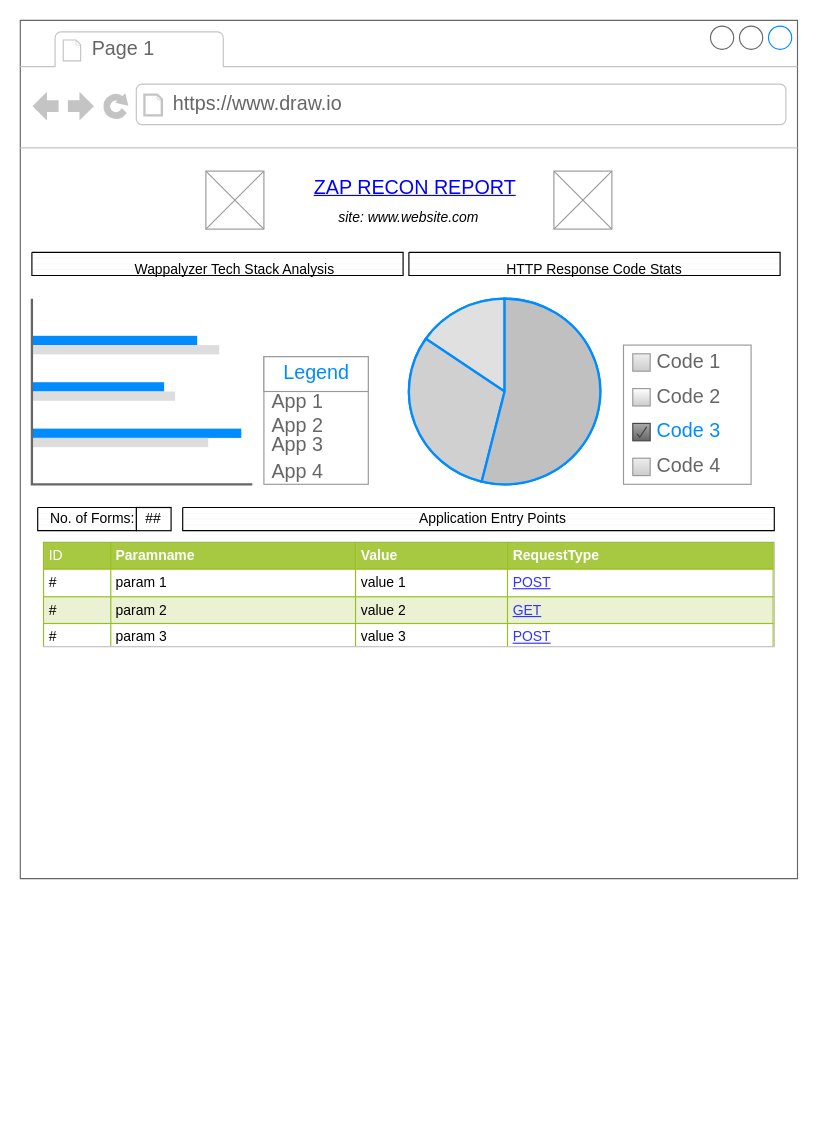
This is mockups/recon template.drawio from odhiamboobuya/zapreportwork, a draw.io file, before an edit. Source tidied: cells renumbered, new cells numbered last; positions are measured from the earlier drawing's top-left corner, leaving out a move shared by most shapes. Both pictures are drawn from the tidied source at 116%, with x=0, y=0 at pixel (20, 20).
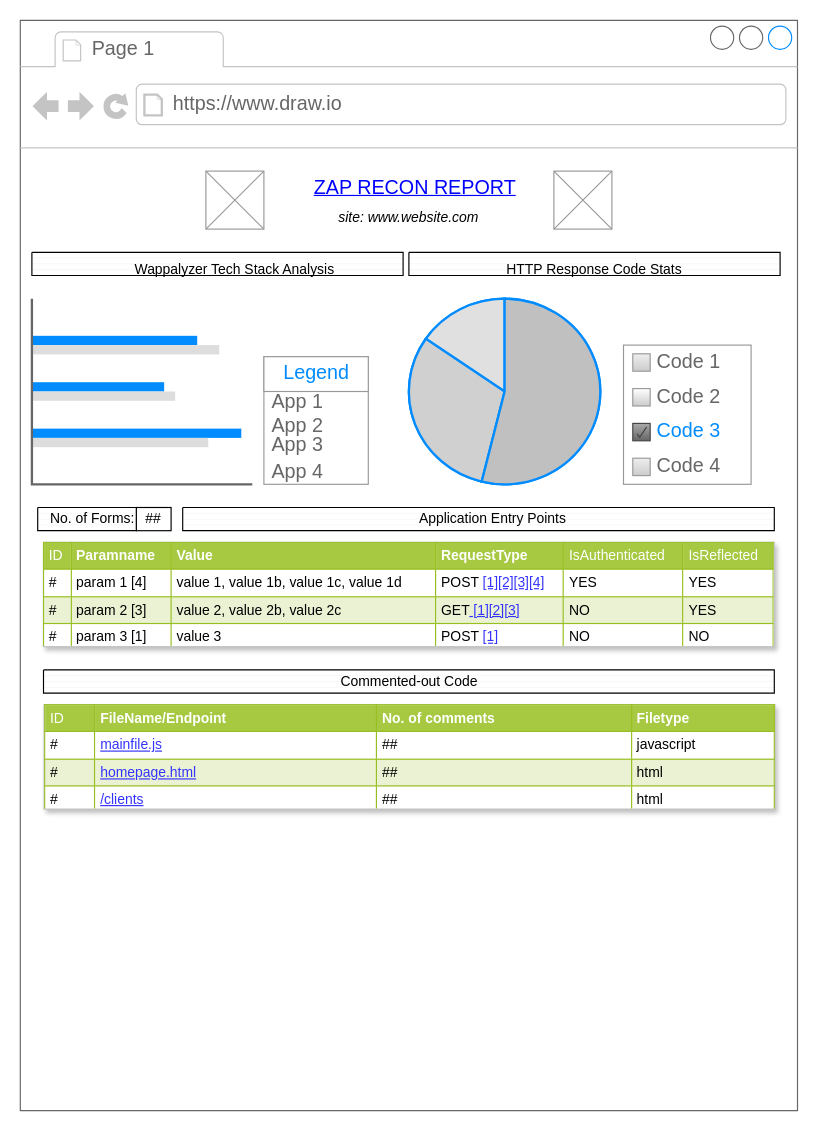
After the change.

Commit message:
added commented out code table

Change to the diagram source:
```diff
@@
     <mxCell id="2" style="strokeWidth=1;shadow=0;dashed=0;align=center;html=1;shape=mxgraph.mockup.containers.browserWindow;rSize=0;strokeColor=#666666;strokeColor2=#008cff;strokeColor3=#c4c4c4;mainText=,;" parent="1" vertex="1">
-      <mxGeometry width="670" height="740" as="geometry" />
+      <mxGeometry width="670" height="940" as="geometry" />
     </mxCell>
@@
-    <mxCell id="24" value="&lt;table style=&quot;width: 100% ; height: 100% ; border-collapse: collapse&quot; width=&quot;100%&quot; cellpadding=&quot;4&quot; border=&quot;1&quot;&gt;&lt;tbody&gt;&lt;tr style=&quot;background-color: #a7c942 ; color: #ffffff ; border: 1px solid #98bf21&quot;&gt;&lt;td&gt;ID&lt;/td&gt;&lt;th align=&quot;left&quot;&gt;Paramname&lt;/th&gt;&lt;th align=&quot;left&quot;&gt;Value&lt;/th&gt;&lt;th align=&quot;left&quot;&gt;RequestType&lt;/th&gt;&lt;/tr&gt;&lt;tr style=&quot;border: 1px solid #98bf21&quot;&gt;&lt;td&gt;#&lt;br&gt;&lt;/td&gt;&lt;td&gt;param 1&lt;br&gt;&lt;/td&gt;&lt;td&gt;value 1&lt;br&gt;&lt;/td&gt;&lt;td&gt;&lt;font color=&quot;#3333FF&quot;&gt;&lt;u&gt;POST&lt;/u&gt;&lt;/font&gt;&lt;/td&gt;&lt;/tr&gt;&lt;tr style=&quot;background-color: #eaf2d3 ; border: 1px solid #98bf21&quot;&gt;&lt;td&gt;#&lt;br&gt;&lt;/td&gt;&lt;td&gt;param 2&lt;br&gt;&lt;/td&gt;&lt;td&gt;value 2&lt;br&gt;&lt;/td&gt;&lt;td&gt;&lt;font color=&quot;#3333FF&quot;&gt;&lt;u&gt;GET&lt;/u&gt;&lt;/font&gt;&lt;/td&gt;&lt;/tr&gt;&lt;tr style=&quot;border: 1px solid #98bf21&quot;&gt;&lt;td&gt;#&lt;br&gt;&lt;/td&gt;&lt;td&gt;param 3&lt;br&gt;&lt;/td&gt;&lt;td&gt;value 3&lt;br&gt;&lt;/td&gt;&lt;td&gt;&lt;font color=&quot;#3333FF&quot;&gt;&lt;u&gt;POST&lt;/u&gt;&lt;/font&gt;&lt;/td&gt;&lt;/tr&gt;&lt;/tbody&gt;&lt;/table&gt;" style="text;html=1;strokeColor=#c0c0c0;overflow=fill;rounded=0;shadow=0;fillColor=#ffffff;" parent="2" vertex="1">
+    <mxCell id="24" value="&lt;table style=&quot;width: 100% ; height: 100% ; border-collapse: collapse&quot; width=&quot;100%&quot; cellpadding=&quot;4&quot; border=&quot;1&quot;&gt;&lt;tbody&gt;&lt;tr style=&quot;background-color: #a7c942 ; color: #ffffff ; border: 1px solid #98bf21&quot;&gt;&lt;td&gt;ID&lt;/td&gt;&lt;th align=&quot;left&quot;&gt;Paramname&lt;/th&gt;&lt;th align=&quot;left&quot;&gt;Value&lt;/th&gt;&lt;th align=&quot;left&quot;&gt;RequestType&lt;/th&gt;&lt;td&gt;IsAuthenticated&lt;br&gt;&lt;/td&gt;&lt;td&gt;IsReflected&lt;br&gt;&lt;/td&gt;&lt;/tr&gt;&lt;tr style=&quot;border: 1px solid #98bf21&quot;&gt;&lt;td&gt;#&lt;br&gt;&lt;/td&gt;&lt;td&gt;param 1 [4]&lt;br&gt;&lt;/td&gt;&lt;td&gt;value 1, value 1b, value 1c, value 1d&lt;br&gt;&lt;/td&gt;&lt;td&gt;&lt;font color=&quot;#3333FF&quot;&gt;&lt;font color=&quot;#000000&quot;&gt;POST &lt;/font&gt;&lt;u&gt;[1][2][3][4]&lt;br&gt;&lt;/u&gt;&lt;/font&gt;&lt;/td&gt;&lt;td&gt;YES&lt;br&gt;&lt;/td&gt;&lt;td&gt;YES&lt;br&gt;&lt;/td&gt;&lt;/tr&gt;&lt;tr style=&quot;background-color: #eaf2d3 ; border: 1px solid #98bf21&quot;&gt;&lt;td&gt;#&lt;br&gt;&lt;/td&gt;&lt;td&gt;param 2 [3]&lt;br&gt;&lt;/td&gt;&lt;td&gt;value 2, value 2b, value 2c&lt;br&gt;&lt;/td&gt;&lt;td&gt;&lt;font color=&quot;#3333FF&quot;&gt;&lt;font color=&quot;#000000&quot;&gt;GET&lt;/font&gt;&lt;u&gt; [1][2][3]&lt;br&gt;&lt;/u&gt;&lt;/font&gt;&lt;/td&gt;&lt;td&gt;NO&lt;br&gt;&lt;/td&gt;&lt;td&gt;YES&lt;br&gt;&lt;/td&gt;&lt;/tr&gt;&lt;tr style=&quot;border: 1px solid #98bf21&quot;&gt;&lt;td&gt;#&lt;br&gt;&lt;/td&gt;&lt;td&gt;param 3 [1]&lt;br&gt;&lt;/td&gt;&lt;td&gt;value 3&lt;br&gt;&lt;/td&gt;&lt;td&gt;&lt;font color=&quot;#3333FF&quot;&gt;&lt;font color=&quot;#000000&quot;&gt;POST &lt;/font&gt;&lt;u&gt;[1]&lt;br&gt;&lt;/u&gt;&lt;/font&gt;&lt;/td&gt;&lt;td&gt;NO&lt;br&gt;&lt;/td&gt;&lt;td&gt;NO&lt;br&gt;&lt;/td&gt;&lt;/tr&gt;&lt;/tbody&gt;&lt;/table&gt;" style="text;html=1;strokeColor=#c0c0c0;overflow=fill;rounded=0;shadow=1;fillColor=#ffffff;" parent="2" vertex="1">
       <mxGeometry x="20" y="450" width="630" height="90" as="geometry" />
     </mxCell>
@@
+    <mxCell id="32" style="verticalLabelPosition=bottom;verticalAlign=top;html=1;shape=mxgraph.basic.patternFillRect;fillStyle=hor;step=5;fillStrokeWidth=0.2;fillStrokeColor=#dddddd;" parent="1" vertex="1">
+      <mxGeometry x="20" y="560" width="630" height="20" as="geometry" />
+    </mxCell>
+    <mxCell id="33" value="Commented-out Code" style="text;html=1;strokeColor=none;fillColor=none;align=center;verticalAlign=middle;whiteSpace=wrap;rounded=0;" parent="1" vertex="1">
+      <mxGeometry x="268" y="560" width="135" height="20" as="geometry" />
+    </mxCell>
+    <mxCell id="34" value="&lt;table style=&quot;width: 100% ; height: 100% ; border-collapse: collapse&quot; width=&quot;100%&quot; cellpadding=&quot;4&quot; border=&quot;1&quot;&gt;&lt;tbody&gt;&lt;tr style=&quot;background-color: #a7c942 ; color: #ffffff ; border: 1px solid #98bf21&quot;&gt;&lt;td&gt;ID&lt;/td&gt;&lt;th align=&quot;left&quot;&gt;FileName/Endpoint&lt;/th&gt;&lt;th align=&quot;left&quot;&gt;No. of comments&lt;br&gt;&lt;/th&gt;&lt;th align=&quot;left&quot;&gt;Filetype&lt;/th&gt;&lt;/tr&gt;&lt;tr style=&quot;border: 1px solid #98bf21&quot;&gt;&lt;td&gt;#&lt;br&gt;&lt;/td&gt;&lt;td&gt;&lt;font color=&quot;#3333FF&quot;&gt;&lt;u&gt;mainfile.js&lt;/u&gt;&lt;/font&gt;&lt;br&gt;&lt;/td&gt;&lt;td&gt;##&lt;br&gt;&lt;/td&gt;&lt;td&gt;javascript&lt;/td&gt;&lt;/tr&gt;&lt;tr style=&quot;background-color: #eaf2d3 ; border: 1px solid #98bf21&quot;&gt;&lt;td&gt;#&lt;br&gt;&lt;/td&gt;&lt;td&gt;&lt;font color=&quot;#3333FF&quot;&gt;&lt;u&gt;homepage.html&lt;/u&gt;&lt;/font&gt;&lt;br&gt;&lt;/td&gt;&lt;td&gt;##&lt;br&gt;&lt;/td&gt;&lt;td&gt;html&lt;/td&gt;&lt;/tr&gt;&lt;tr style=&quot;border: 1px solid #98bf21&quot;&gt;&lt;td&gt;#&lt;br&gt;&lt;/td&gt;&lt;td&gt;&lt;font color=&quot;#3333FF&quot;&gt;&lt;u&gt;/clients&lt;/u&gt;&lt;/font&gt;&lt;br&gt;&lt;/td&gt;&lt;td&gt;##&lt;br&gt;&lt;/td&gt;&lt;td&gt;html&lt;/td&gt;&lt;/tr&gt;&lt;/tbody&gt;&lt;/table&gt;" style="text;html=1;strokeColor=#c0c0c0;overflow=fill;rounded=0;shadow=1;fillColor=#ffffff;" parent="1" vertex="1">
+      <mxGeometry x="20.5" y="590" width="630" height="90" as="geometry" />
+    </mxCell>
```
